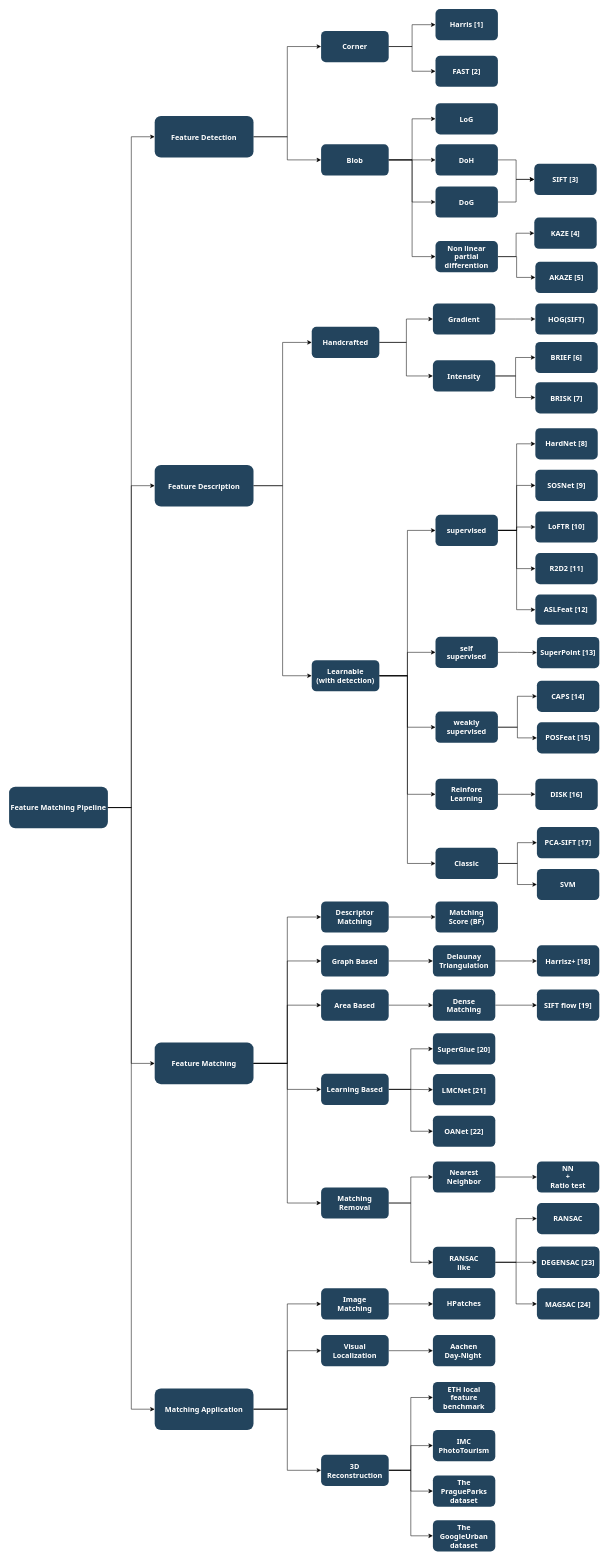
min86615/minmin keeps this draw.io diagram as FeatureMatching.drawio. Above is the earlier version. Source tidied: cells renumbered, new cells numbered last; positions are measured from the earlier drawing's top-left corner, leaving out a move shared by most shapes. Both pictures are drawn from the tidied source at 52%, with x=0, y=0 at pixel (9, 9).
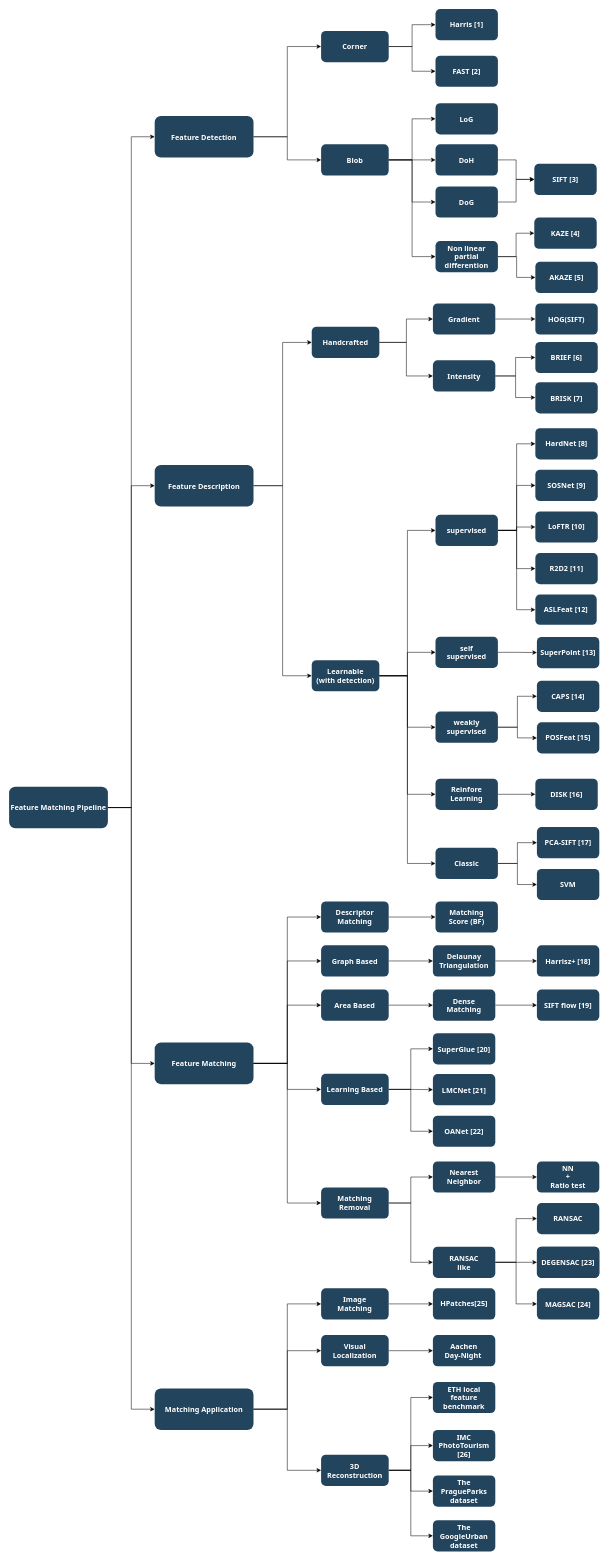
Above is the later version.

Diff of the diagram source:
```diff
@@
-    <mxCell id="101" value="HPatches" style="whiteSpace=wrap;html=1;fontSize=14;fontFamily=Tahoma;fillColor=#23445D;strokeColor=none;fontColor=#FFFFFF;rounded=1;gradientColor=none;fontStyle=1;" parent="1" vertex="1">
+    <mxCell id="101" value="HPatches[25]" style="whiteSpace=wrap;html=1;fontSize=14;fontFamily=Tahoma;fillColor=#23445D;strokeColor=none;fontColor=#FFFFFF;rounded=1;gradientColor=none;fontStyle=1;" parent="1" vertex="1">
       <mxGeometry x="815" y="2460" width="120" height="60" as="geometry" />
     </mxCell>
@@
-    <mxCell id="104" value="IMC&#10;PhotoTourism" style="rounded=1;fillColor=#23445D;gradientColor=none;strokeColor=none;fontColor=#FFFFFF;fontStyle=1;fontFamily=Tahoma;fontSize=14;" parent="1" vertex="1">
+    <mxCell id="104" value="IMC&#10;PhotoTourism&#10;[26]" style="rounded=1;fillColor=#23445D;gradientColor=none;strokeColor=none;fontColor=#FFFFFF;fontStyle=1;fontFamily=Tahoma;fontSize=14;" parent="1" vertex="1">
       <mxGeometry x="815" y="2732.5" width="120" height="60" as="geometry" />
     </mxCell>
```
